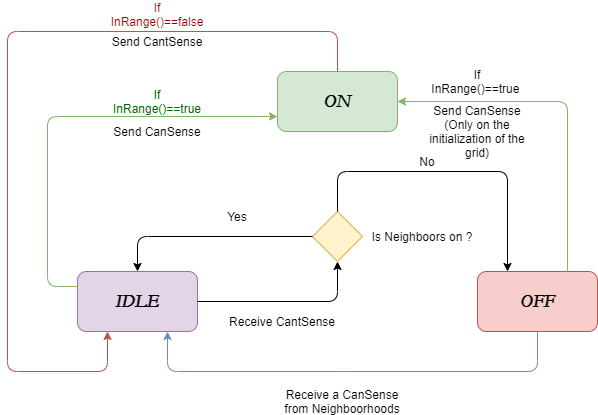
The draw.io diagram Latex/Immagini/Sensor_state_machine.png in PaioPaio/IMM-Sensors-Network, before a commit. Source tidied: cells renumbered, new cells last; positions are measured from the earlier drawing's top-left corner, leaving out a move shared by most shapes.
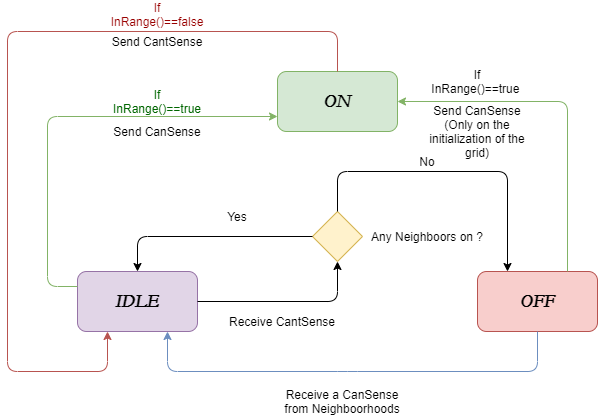
After the change.

Diff of the diagram source:
```diff
@@ -97,8 +97,8 @@
     <mxCell id="21" style="edgeStyle=orthogonalEdgeStyle;rounded=0;orthogonalLoop=1;jettySize=auto;html=1;exitX=0.5;exitY=1;exitDx=0;exitDy=0;" parent="1" edge="1" source="20" target="20">
       <mxGeometry relative="1" as="geometry" />
     </mxCell>
-    <mxCell id="22" value="Is Neighboors on ?" style="text;html=1;strokeColor=none;fillColor=none;align=center;verticalAlign=middle;whiteSpace=wrap;rounded=0;" parent="1" vertex="1">
-      <mxGeometry x="360" y="215" width="110" height="20" as="geometry" />
+    <mxCell id="22" value="Any Neighboors on ?" style="text;html=1;strokeColor=none;fillColor=none;align=center;verticalAlign=middle;whiteSpace=wrap;rounded=0;" parent="1" vertex="1">
+      <mxGeometry x="360" y="215" width="120" height="20" as="geometry" />
     </mxCell>
     <mxCell id="23" value="No" style="text;html=1;strokeColor=none;fillColor=none;align=center;verticalAlign=middle;whiteSpace=wrap;rounded=0;" parent="1" vertex="1">
       <mxGeometry x="400" y="140" width="40" height="20" as="geometry" />
```
